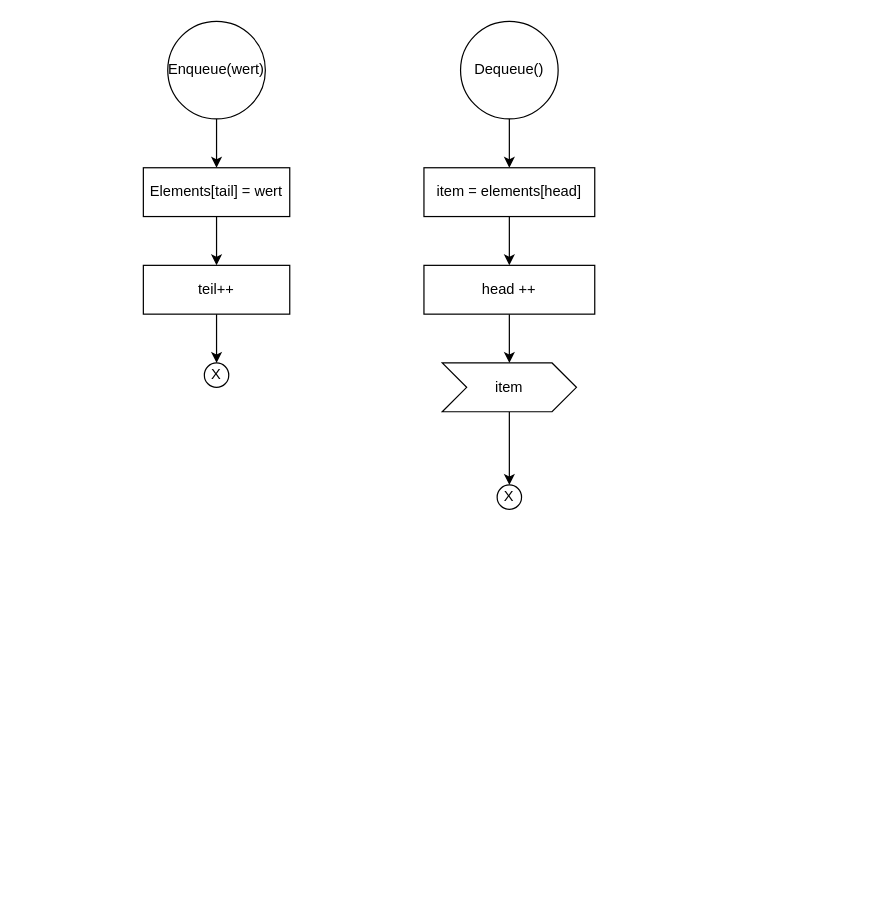
Before: Queue_Diagram.drawio.xml in amariwan/Stack-Queue-LinkedList, a draw.io diagram. Source tidied: cells renumbered, new cells numbered last; positions are measured from the earlier drawing's top-left corner, leaving out a move shared by most shapes. Both pictures are drawn from the tidied source at 122%, with x=0, y=0 at pixel (143, 21).
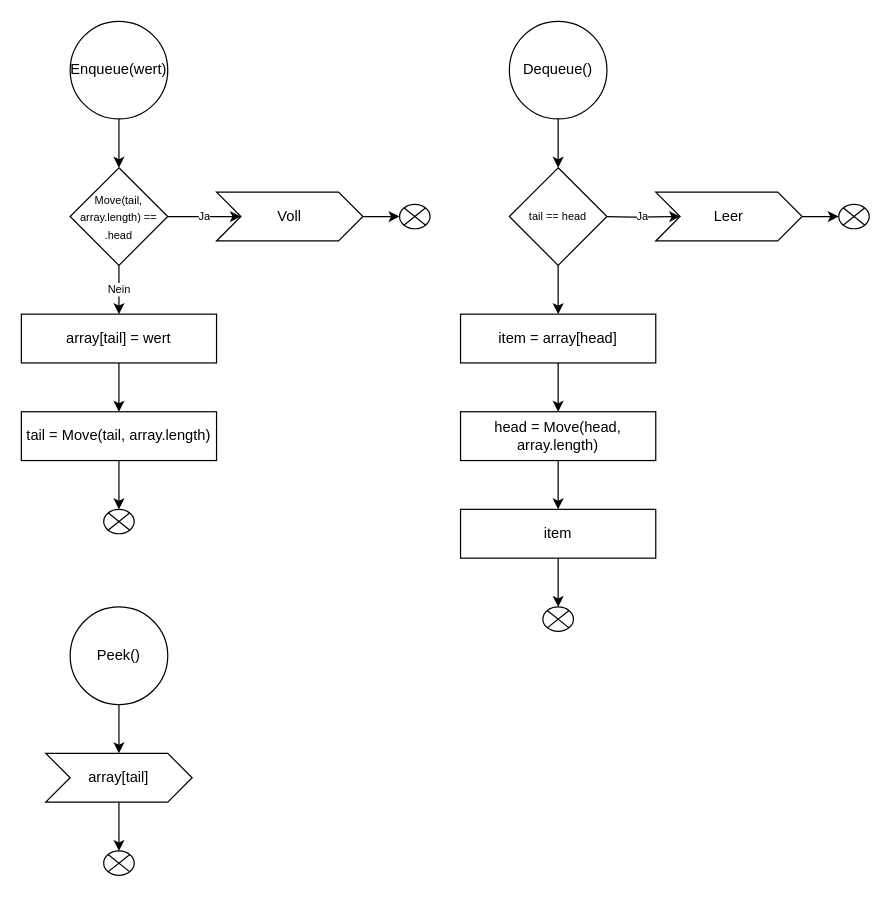
After the change.

What changed in the source:
```diff
@@
-    <mxCell id="2" style="edgeStyle=orthogonalEdgeStyle;rounded=0;jettySize=auto;html=1;fontFamily=Helvetica;fontSize=12;fontColor=#000000;entryX=0.5;entryY=0;entryDx=0;entryDy=0;entryPerimeter=0;" parent="1" edge="1" source="3" target="5">
-      <mxGeometry relative="1" as="geometry" />
-    </mxCell>
+    <mxCell id="18" style="edgeStyle=orthogonalEdgeStyle;rounded=0;jettySize=auto;html=1;fontFamily=Helvetica;fontSize=12;fontColor=#000000;entryX=0.5;entryY=0;entryDx=0;entryDy=0;entryPerimeter=0;" parent="1" edge="1" source="3">
+      <mxGeometry relative="1" as="geometry">
+        <mxPoint x="-20" y="120" as="targetPoint" />
+      </mxGeometry>
+    </mxCell>
     <mxCell id="3" value="Enqueue(wert)" style="ellipse;whiteSpace=wrap;html=1;fontFamily=Helvetica;fontSize=12;fontColor=#000000;strokeColor=default;fillColor=default;" parent="1" vertex="1">
-      <mxGeometry x="20" width="80" height="80" as="geometry" />
+      <mxGeometry x="-60" width="80" height="80" as="geometry" />
     </mxCell>
-    <mxCell id="4" style="edgeStyle=orthogonalEdgeStyle;rounded=0;jettySize=auto;html=1;fontFamily=Helvetica;fontSize=12;fontColor=#000000;" parent="1" edge="1" source="5" target="8">
-      <mxGeometry relative="1" as="geometry" />
-    </mxCell>
-    <mxCell id="5" value="Elements[tail] = wert" style="whiteSpace=wrap;html=1;fontFamily=Helvetica;fontSize=12;fontColor=#000000;strokeColor=default;fillColor=default;" parent="1" vertex="1">
-      <mxGeometry y="120" width="120" height="40" as="geometry" />
-    </mxCell>
-    <mxCell id="6" style="edgeStyle=orthogonalEdgeStyle;rounded=0;jettySize=auto;html=1;fontFamily=Helvetica;fontSize=12;fontColor=#000000;" parent="1" edge="1" source="8" target="7">
-      <mxGeometry relative="1" as="geometry" />
-    </mxCell>
-    <mxCell id="7" value="X" style="ellipse;whiteSpace=wrap;html=1;fontFamily=Helvetica;fontSize=12;fontColor=#000000;strokeColor=default;fillColor=default;" parent="1" vertex="1">
-      <mxGeometry x="50" y="280" width="20" height="20" as="geometry" />
-    </mxCell>
-    <mxCell id="8" value="teil++" style="whiteSpace=wrap;html=1;fontFamily=Helvetica;fontSize=12;fontColor=#000000;strokeColor=default;fillColor=default;" parent="1" vertex="1">
-      <mxGeometry y="200" width="120" height="40" as="geometry" />
-    </mxCell>
-    <mxCell id="9" style="edgeStyle=orthogonalEdgeStyle;rounded=0;jettySize=auto;html=1;fontFamily=Helvetica;fontSize=12;fontColor=#000000;" parent="1" edge="1" source="10" target="12">
-      <mxGeometry relative="1" as="geometry" />
-    </mxCell>
+    <mxCell id="19" style="edgeStyle=orthogonalEdgeStyle;rounded=0;jettySize=auto;html=1;fontFamily=Helvetica;fontSize=12;fontColor=#000000;entryX=0.5;entryY=0;entryDx=0;entryDy=0;" parent="1" edge="1" source="10" target="32">
+      <mxGeometry relative="1" as="geometry" />
+    </mxCell>
     <mxCell id="10" value="Dequeue()" style="ellipse;whiteSpace=wrap;html=1;fontFamily=Helvetica;fontSize=12;fontColor=#000000;strokeColor=default;fillColor=default;" parent="1" vertex="1">
-      <mxGeometry x="260" width="80" height="80" as="geometry" />
+      <mxGeometry x="300" width="80" height="80" as="geometry" />
     </mxCell>
-    <mxCell id="11" style="edgeStyle=orthogonalEdgeStyle;rounded=0;jettySize=auto;html=1;fontFamily=Helvetica;fontSize=12;fontColor=#000000;" parent="1" edge="1" source="12" target="14">
-      <mxGeometry relative="1" as="geometry" />
-    </mxCell>
-    <mxCell id="12" value="item = elements[head]" style="whiteSpace=wrap;html=1;fontFamily=Helvetica;fontSize=12;fontColor=#000000;strokeColor=default;fillColor=default;" parent="1" vertex="1">
-      <mxGeometry x="230" y="120" width="140" height="40" as="geometry" />
-    </mxCell>
-    <mxCell id="13" style="edgeStyle=orthogonalEdgeStyle;rounded=0;jettySize=auto;html=1;entryX=0.5;entryY=0;entryDx=0;entryDy=0;fontFamily=Helvetica;fontSize=12;fontColor=#000000;" parent="1" edge="1" source="14" target="16">
-      <mxGeometry relative="1" as="geometry" />
-    </mxCell>
-    <mxCell id="14" value="head ++" style="whiteSpace=wrap;html=1;fontFamily=Helvetica;fontSize=12;fontColor=#000000;strokeColor=default;fillColor=default;" parent="1" vertex="1">
-      <mxGeometry x="230" y="200" width="140" height="40" as="geometry" />
-    </mxCell>
-    <mxCell id="15" style="edgeStyle=orthogonalEdgeStyle;rounded=0;jettySize=auto;html=1;fontFamily=Helvetica;fontSize=12;fontColor=#000000;" parent="1" edge="1" source="16" target="17">
-      <mxGeometry relative="1" as="geometry" />
-    </mxCell>
+    <mxCell id="20" value="Ja" style="edgeStyle=orthogonalEdgeStyle;rounded=0;jettySize=auto;html=1;fontSize=9;entryX=0;entryY=0.5;entryDx=0;entryDy=0;" parent="1" edge="1" source="22" target="24">
+      <mxGeometry relative="1" as="geometry" />
+    </mxCell>
+    <mxCell id="21" value="Nein" style="edgeStyle=orthogonalEdgeStyle;rounded=0;jettySize=auto;html=1;fontSize=9;" parent="1" edge="1" source="22" target="27">
+      <mxGeometry relative="1" as="geometry" />
+    </mxCell>
+    <mxCell id="22" value="&lt;span style=&quot;font-weight: normal;&quot;&gt;&lt;font style=&quot;font-size: 9px;&quot;&gt;Move(tail, array.length) == .head&lt;/font&gt;&lt;/span&gt;" style="rhombus;whiteSpace=wrap;html=1;fontStyle=1;" parent="1" vertex="1">
+      <mxGeometry x="-60" y="120" width="80" height="80" as="geometry" />
+    </mxCell>
+    <mxCell id="23" style="edgeStyle=orthogonalEdgeStyle;rounded=0;jettySize=auto;html=1;fontSize=9;" parent="1" edge="1" source="24" target="25">
+      <mxGeometry relative="1" as="geometry" />
+    </mxCell>
+    <mxCell id="24" value="Voll" style="shape=step;perimeter=stepPerimeter;whiteSpace=wrap;html=1;fixedSize=1;fontFamily=Helvetica;fontSize=12;fontColor=#000000;strokeColor=default;fillColor=default;" parent="1" vertex="1">
+      <mxGeometry x="60" y="140" width="120" height="40" as="geometry" />
+    </mxCell>
+    <mxCell id="25" style="verticalLabelPosition=bottom;verticalAlign=top;html=1;shape=mxgraph.flowchart.or;" parent="1" vertex="1">
+      <mxGeometry x="210" y="150" width="25" height="20" as="geometry" />
+    </mxCell>
+    <mxCell id="26" style="edgeStyle=orthogonalEdgeStyle;rounded=0;jettySize=auto;html=1;fontSize=9;" parent="1" edge="1" source="27" target="29">
+      <mxGeometry relative="1" as="geometry" />
+    </mxCell>
+    <mxCell id="27" value="&lt;span style=&quot;font-weight: normal;&quot;&gt;array[tail] = wert&lt;/span&gt;" style="whiteSpace=wrap;html=1;fontStyle=1;" parent="1" vertex="1">
+      <mxGeometry x="-100" y="240" width="160" height="40" as="geometry" />
+    </mxCell>
+    <mxCell id="28" style="edgeStyle=orthogonalEdgeStyle;rounded=0;jettySize=auto;html=1;fontSize=9;" parent="1" edge="1" source="29" target="30">
+      <mxGeometry relative="1" as="geometry" />
+    </mxCell>
+    <mxCell id="29" value="&lt;span style=&quot;font-weight: normal;&quot;&gt;tail =&amp;nbsp;&lt;/span&gt;&lt;span style=&quot;font-weight: 400;&quot;&gt;Move(tail, array.length)&lt;/span&gt;" style="whiteSpace=wrap;html=1;fontStyle=1;" parent="1" vertex="1">
+      <mxGeometry x="-100" y="320" width="160" height="40" as="geometry" />
+    </mxCell>
+    <mxCell id="30" style="verticalLabelPosition=bottom;verticalAlign=top;html=1;shape=mxgraph.flowchart.or;" parent="1" vertex="1">
+      <mxGeometry x="-32.5" y="400" width="25" height="20" as="geometry" />
+    </mxCell>
+    <mxCell id="31" style="edgeStyle=orthogonalEdgeStyle;rounded=0;jettySize=auto;html=1;fontSize=9;" parent="1" edge="1" source="32" target="38">
+      <mxGeometry relative="1" as="geometry" />
+    </mxCell>
+    <mxCell id="32" value="tail == head" style="rhombus;whiteSpace=wrap;html=1;fontSize=9;" parent="1" vertex="1">
+      <mxGeometry x="300" y="120" width="80" height="80" as="geometry" />
+    </mxCell>
+    <mxCell id="33" value="Ja" style="edgeStyle=orthogonalEdgeStyle;rounded=0;jettySize=auto;html=1;fontSize=9;entryX=0;entryY=0.5;entryDx=0;entryDy=0;" parent="1" edge="1" target="35">
+      <mxGeometry relative="1" as="geometry">
+        <mxPoint x="380" y="160" as="sourcePoint" />
+      </mxGeometry>
+    </mxCell>
+    <mxCell id="34" style="edgeStyle=orthogonalEdgeStyle;rounded=0;jettySize=auto;html=1;fontSize=9;" parent="1" edge="1" source="35" target="36">
+      <mxGeometry relative="1" as="geometry" />
+    </mxCell>
+    <mxCell id="35" value="Leer" style="shape=step;perimeter=stepPerimeter;whiteSpace=wrap;html=1;fixedSize=1;fontFamily=Helvetica;fontSize=12;fontColor=#000000;strokeColor=default;fillColor=default;" parent="1" vertex="1">
+      <mxGeometry x="420" y="140" width="120" height="40" as="geometry" />
+    </mxCell>
+    <mxCell id="36" style="verticalLabelPosition=bottom;verticalAlign=top;html=1;shape=mxgraph.flowchart.or;" parent="1" vertex="1">
+      <mxGeometry x="570" y="150" width="25" height="20" as="geometry" />
+    </mxCell>
+    <mxCell id="37" style="edgeStyle=orthogonalEdgeStyle;rounded=0;jettySize=auto;html=1;fontSize=9;" parent="1" edge="1" source="38" target="40">
+      <mxGeometry relative="1" as="geometry" />
+    </mxCell>
+    <mxCell id="38" value="&lt;span style=&quot;font-weight: normal;&quot;&gt;item = array[head]&lt;/span&gt;" style="whiteSpace=wrap;html=1;fontStyle=1;" parent="1" vertex="1">
+      <mxGeometry x="260" y="240" width="160" height="40" as="geometry" />
+    </mxCell>
+    <mxCell id="39" style="edgeStyle=orthogonalEdgeStyle;rounded=0;jettySize=auto;html=1;fontSize=9;" parent="1" edge="1" source="40" target="16">
+      <mxGeometry relative="1" as="geometry" />
+    </mxCell>
+    <mxCell id="40" value="&lt;span style=&quot;font-weight: normal;&quot;&gt;head =&amp;nbsp;&lt;/span&gt;&lt;span style=&quot;font-weight: 400;&quot;&gt;Move(head, array.length)&lt;/span&gt;" style="whiteSpace=wrap;html=1;fontStyle=1;" parent="1" vertex="1">
+      <mxGeometry x="260" y="320" width="160" height="40" as="geometry" />
+    </mxCell>
+    <mxCell id="41" style="edgeStyle=orthogonalEdgeStyle;rounded=0;jettySize=auto;html=1;fontSize=9;" parent="1" edge="1" source="16" target="42">
+      <mxGeometry relative="1" as="geometry" />
+    </mxCell>
-    <mxCell id="16" value="item" style="shape=step;perimeter=stepPerimeter;whiteSpace=wrap;html=1;fixedSize=1;fontFamily=Helvetica;fontSize=12;fontColor=#000000;strokeColor=default;fillColor=default;" parent="1" vertex="1">
-      <mxGeometry x="245" y="280" width="110" height="40" as="geometry" />
+    <mxCell id="16" value="&lt;span style=&quot;font-weight: 400;&quot;&gt;item&lt;/span&gt;" style="whiteSpace=wrap;html=1;fontStyle=1;" parent="1" vertex="1">
+      <mxGeometry x="260" y="400" width="160" height="40" as="geometry" />
     </mxCell>
-    <mxCell id="17" value="X" style="ellipse;whiteSpace=wrap;html=1;fontFamily=Helvetica;fontSize=12;fontColor=#000000;strokeColor=default;fillColor=default;" parent="1" vertex="1">
-      <mxGeometry x="290" y="380" width="20" height="20" as="geometry" />
-    </mxCell>
+    <mxCell id="42" style="verticalLabelPosition=bottom;verticalAlign=top;html=1;shape=mxgraph.flowchart.or;" parent="1" vertex="1">
+      <mxGeometry x="327.5" y="480" width="25" height="20" as="geometry" />
+    </mxCell>
+    <mxCell id="43" style="edgeStyle=orthogonalEdgeStyle;rounded=0;jettySize=auto;html=1;fontSize=9;" parent="1" edge="1" source="44" target="46">
+      <mxGeometry relative="1" as="geometry" />
+    </mxCell>
+    <mxCell id="44" value="Peek()" style="ellipse;whiteSpace=wrap;html=1;fontFamily=Helvetica;fontSize=12;fontColor=#000000;strokeColor=default;fillColor=default;" parent="1" vertex="1">
+      <mxGeometry x="-60" y="480" width="80" height="80" as="geometry" />
+    </mxCell>
+    <mxCell id="45" style="edgeStyle=orthogonalEdgeStyle;rounded=0;jettySize=auto;html=1;fontSize=9;" parent="1" edge="1" source="46" target="47">
+      <mxGeometry relative="1" as="geometry" />
+    </mxCell>
+    <mxCell id="46" value="array[tail]" style="shape=step;perimeter=stepPerimeter;whiteSpace=wrap;html=1;fixedSize=1;fontFamily=Helvetica;fontSize=12;fontColor=#000000;strokeColor=default;fillColor=default;" parent="1" vertex="1">
+      <mxGeometry x="-80" y="600" width="120" height="40" as="geometry" />
+    </mxCell>
+    <mxCell id="47" style="verticalLabelPosition=bottom;verticalAlign=top;html=1;shape=mxgraph.flowchart.or;" parent="1" vertex="1">
+      <mxGeometry x="-32.5" y="680" width="25" height="20" as="geometry" />
+    </mxCell>
```
